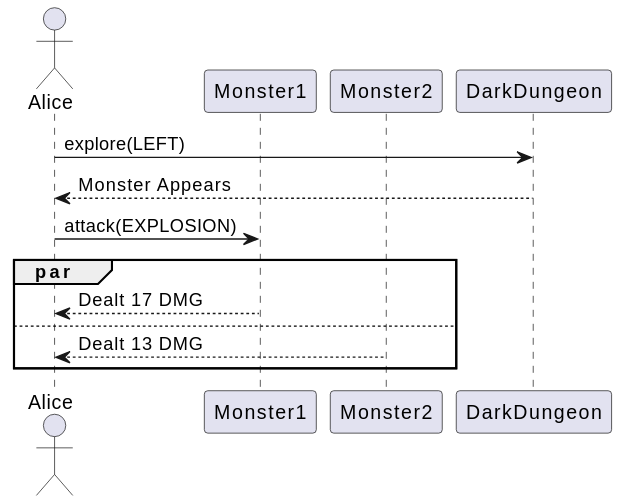
Above: tools-and-frameworks/projects/modeling/uml/diagrams/sequence/_uml/fragment_par.svg in QuentinRa/blog.quentinra.dev (PlantUML), before the change. Source of this version:
```plantuml
@startuml
actor Alice
participant Monster1
participant Monster2
participant DarkDungeon

Alice -> DarkDungeon: explore(LEFT)
DarkDungeon --> Alice: Monster Appears
Alice -> Monster1: attack(EXPLOSION)
par
    Monster1 --> Alice: Dealt 17 DMG
else
    Monster2 --> Alice: Dealt 13 DMG
end
@enduml
```
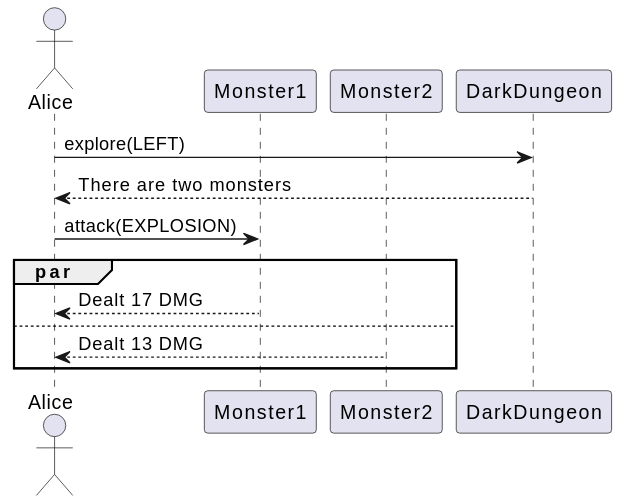
Later version of the same file.

Change to the diagram source:
```diff
@@ -5,7 +5,7 @@
 participant DarkDungeon
 
 Alice -> DarkDungeon: explore(LEFT)
-DarkDungeon --> Alice: Monster Appears
+DarkDungeon --> Alice: There are two monsters
 Alice -> Monster1: attack(EXPLOSION)
 par
     Monster1 --> Alice: Dealt 17 DMG
```
